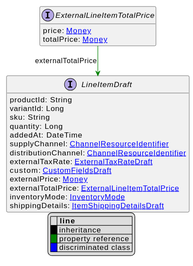
Earlier version of the PlantUML export uml/api/svg/ExternalLineItemTotalPrice.svg (commercetools/commercetools-api-reference). Its diagram source:
```plantuml
@startuml
!pragma layout elk
hide empty fields
hide empty methods
legend
|= |= line |
|<back:black>   </back>| inheritance |
|<back:green>   </back>| property reference |
|<back:blue>   </back>| discriminated class |
endlegend
interface ExternalLineItemTotalPrice [[ExternalLineItemTotalPrice.svg]]  {
    price: [[Money.svg Money]]
    totalPrice: [[Money.svg Money]]
}



interface LineItemDraft [[LineItemDraft.svg]]  {
    productId: String
    variantId: Long
    sku: String
    quantity: Long
    addedAt: DateTime
    supplyChannel: [[ChannelResourceIdentifier.svg ChannelResourceIdentifier]]
    distributionChannel: [[ChannelResourceIdentifier.svg ChannelResourceIdentifier]]
    externalTaxRate: [[ExternalTaxRateDraft.svg ExternalTaxRateDraft]]
    custom: [[CustomFieldsDraft.svg CustomFieldsDraft]]
    externalPrice: [[Money.svg Money]]
    externalTotalPrice: [[ExternalLineItemTotalPrice.svg ExternalLineItemTotalPrice]]
    inventoryMode: [[InventoryMode.svg InventoryMode]]
    shippingDetails: [[ItemShippingDetailsDraft.svg ItemShippingDetailsDraft]]
}

ExternalLineItemTotalPrice --> LineItemDraft #green;text:green : "externalTotalPrice"
@enduml
```
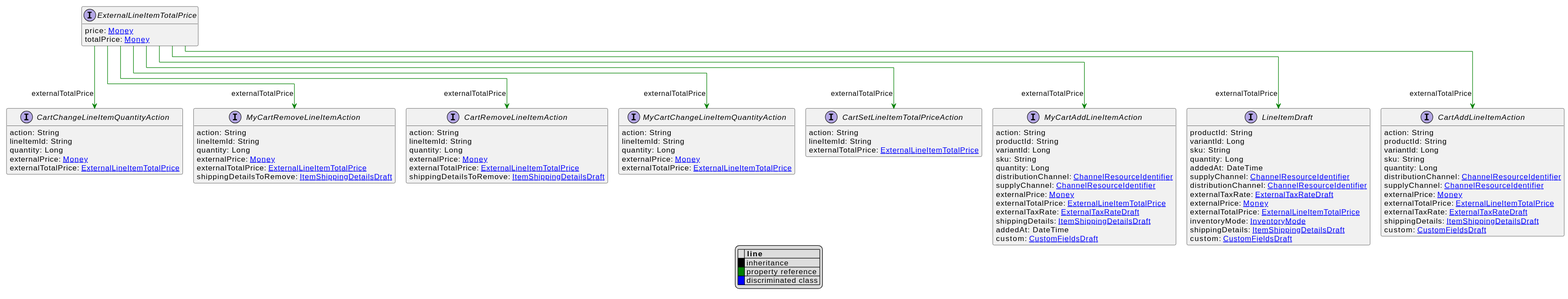
Above is the later version.

Change to the diagram source:
```diff
@@ -24,12 +24,83 @@
     supplyChannel: [[ChannelResourceIdentifier.svg ChannelResourceIdentifier]]
     distributionChannel: [[ChannelResourceIdentifier.svg ChannelResourceIdentifier]]
     externalTaxRate: [[ExternalTaxRateDraft.svg ExternalTaxRateDraft]]
-    custom: [[CustomFieldsDraft.svg CustomFieldsDraft]]
     externalPrice: [[Money.svg Money]]
     externalTotalPrice: [[ExternalLineItemTotalPrice.svg ExternalLineItemTotalPrice]]
     inventoryMode: [[InventoryMode.svg InventoryMode]]
     shippingDetails: [[ItemShippingDetailsDraft.svg ItemShippingDetailsDraft]]
+    custom: [[CustomFieldsDraft.svg CustomFieldsDraft]]
+}
+interface CartAddLineItemAction [[CartAddLineItemAction.svg]]  {
+    action: String
+    productId: String
+    variantId: Long
+    sku: String
+    quantity: Long
+    distributionChannel: [[ChannelResourceIdentifier.svg ChannelResourceIdentifier]]
+    supplyChannel: [[ChannelResourceIdentifier.svg ChannelResourceIdentifier]]
+    externalPrice: [[Money.svg Money]]
+    externalTotalPrice: [[ExternalLineItemTotalPrice.svg ExternalLineItemTotalPrice]]
+    externalTaxRate: [[ExternalTaxRateDraft.svg ExternalTaxRateDraft]]
+    shippingDetails: [[ItemShippingDetailsDraft.svg ItemShippingDetailsDraft]]
+    custom: [[CustomFieldsDraft.svg CustomFieldsDraft]]
+}
+interface CartChangeLineItemQuantityAction [[CartChangeLineItemQuantityAction.svg]]  {
+    action: String
+    lineItemId: String
+    quantity: Long
+    externalPrice: [[Money.svg Money]]
+    externalTotalPrice: [[ExternalLineItemTotalPrice.svg ExternalLineItemTotalPrice]]
+}
+interface CartRemoveLineItemAction [[CartRemoveLineItemAction.svg]]  {
+    action: String
+    lineItemId: String
+    quantity: Long
+    externalPrice: [[Money.svg Money]]
+    externalTotalPrice: [[ExternalLineItemTotalPrice.svg ExternalLineItemTotalPrice]]
+    shippingDetailsToRemove: [[ItemShippingDetailsDraft.svg ItemShippingDetailsDraft]]
+}
+interface CartSetLineItemTotalPriceAction [[CartSetLineItemTotalPriceAction.svg]]  {
+    action: String
+    lineItemId: String
+    externalTotalPrice: [[ExternalLineItemTotalPrice.svg ExternalLineItemTotalPrice]]
+}
+interface MyCartAddLineItemAction [[MyCartAddLineItemAction.svg]]  {
+    action: String
+    productId: String
+    variantId: Long
+    sku: String
+    quantity: Long
+    distributionChannel: [[ChannelResourceIdentifier.svg ChannelResourceIdentifier]]
+    supplyChannel: [[ChannelResourceIdentifier.svg ChannelResourceIdentifier]]
+    externalPrice: [[Money.svg Money]]
+    externalTotalPrice: [[ExternalLineItemTotalPrice.svg ExternalLineItemTotalPrice]]
+    externalTaxRate: [[ExternalTaxRateDraft.svg ExternalTaxRateDraft]]
+    shippingDetails: [[ItemShippingDetailsDraft.svg ItemShippingDetailsDraft]]
+    addedAt: DateTime
+    custom: [[CustomFieldsDraft.svg CustomFieldsDraft]]
+}
+interface MyCartChangeLineItemQuantityAction [[MyCartChangeLineItemQuantityAction.svg]]  {
+    action: String
+    lineItemId: String
+    quantity: Long
+    externalPrice: [[Money.svg Money]]
+    externalTotalPrice: [[ExternalLineItemTotalPrice.svg ExternalLineItemTotalPrice]]
+}
+interface MyCartRemoveLineItemAction [[MyCartRemoveLineItemAction.svg]]  {
+    action: String
+    lineItemId: String
+    quantity: Long
+    externalPrice: [[Money.svg Money]]
+    externalTotalPrice: [[ExternalLineItemTotalPrice.svg ExternalLineItemTotalPrice]]
+    shippingDetailsToRemove: [[ItemShippingDetailsDraft.svg ItemShippingDetailsDraft]]
 }
 
 ExternalLineItemTotalPrice --> LineItemDraft #green;text:green : "externalTotalPrice"
+ExternalLineItemTotalPrice --> CartAddLineItemAction #green;text:green : "externalTotalPrice"
+ExternalLineItemTotalPrice --> CartChangeLineItemQuantityAction #green;text:green : "externalTotalPrice"
+ExternalLineItemTotalPrice --> CartRemoveLineItemAction #green;text:green : "externalTotalPrice"
+ExternalLineItemTotalPrice --> CartSetLineItemTotalPriceAction #green;text:green : "externalTotalPrice"
+ExternalLineItemTotalPrice --> MyCartAddLineItemAction #green;text:green : "externalTotalPrice"
+ExternalLineItemTotalPrice --> MyCartChangeLineItemQuantityAction #green;text:green : "externalTotalPrice"
+ExternalLineItemTotalPrice --> MyCartRemoveLineItemAction #green;text:green : "externalTotalPrice"
 @enduml
```
